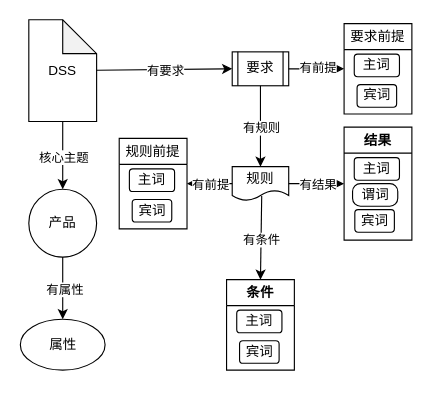
joylix/testDSS keeps this draw.io diagram as dss.drawio. Above is the earlier version. Source tidied: cells renumbered, new cells numbered last; positions are measured from the earlier drawing's top-left corner, leaving out a move shared by most shapes. Both pictures are drawn from the tidied source at 113%, with x=0, y=0 at pixel (19, 19).
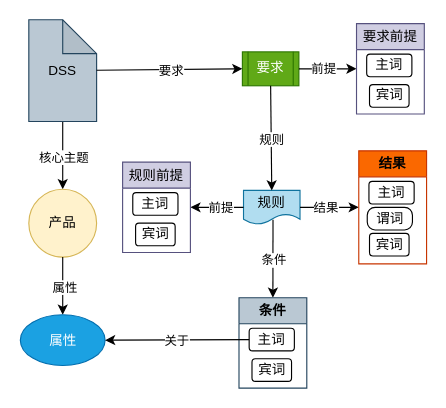
The same page after the edit.

The change refers to these unchanged cells:
```xml
<mxCell id="6" style="rounded=0;jettySize=auto;html=1;exitX=0.5;exitY=1;exitDx=0;exitDy=0;entryX=0.5;entryY=0;entryDx=0;entryDy=0;" parent="1" edge="1" source="4" target="8">
  <mxGeometry relative="1" as="geometry" />
</mxCell>
<mxCell id="10" style="rounded=0;jettySize=auto;html=1;entryX=0;entryY=0.5;entryDx=0;entryDy=0;" parent="1" edge="1" source="5" target="9">
  <mxGeometry relative="1" as="geometry" />
</mxCell>
<mxCell id="12" style="rounded=0;jettySize=auto;html=1;exitX=1;exitY=0.5;exitDx=0;exitDy=0;entryX=0;entryY=0.5;entryDx=0;entryDy=0;" parent="1" edge="1" source="9" target="33">
  <mxGeometry relative="1" as="geometry" />
</mxCell>
<mxCell id="15" style="rounded=0;jettySize=auto;html=1;exitX=0.5;exitY=1;exitDx=0;exitDy=0;entryX=0.5;entryY=0;entryDx=0;entryDy=0;" parent="1" edge="1" source="9" target="14">
  <mxGeometry relative="1" as="geometry" />
</mxCell>
<mxCell id="19" style="rounded=0;jettySize=auto;html=1;exitX=1;exitY=0.5;exitDx=0;exitDy=0;entryX=0;entryY=0.5;entryDx=0;entryDy=0;" parent="1" edge="1" source="14" target="23">
  <mxGeometry relative="1" as="geometry" />
</mxCell>
<mxCell id="21" style="rounded=0;jettySize=auto;html=1;exitX=0;exitY=0.5;exitDx=0;exitDy=0;entryX=1;entryY=0.5;entryDx=0;entryDy=0;" parent="1" edge="1" source="14" target="30">
  <mxGeometry relative="1" as="geometry" />
</mxCell>
<mxCell id="28" value="主词" style="rounded=1;whiteSpace=wrap;html=1;" parent="27" vertex="1">
  <mxGeometry x="9" y="27" width="40" height="20" as="geometry" />
</mxCell>
```

What changed in the source:
```diff
@@
-    <mxCell id="4" value="产品" style="ellipse;whiteSpace=wrap;html=1;" parent="1" vertex="1">
+    <mxCell id="4" value="产品" style="ellipse;whiteSpace=wrap;html=1;fillColor=#fff2cc;strokeColor=#d6b656;" parent="1" vertex="1">
       <mxGeometry x="8" y="150" width="60" height="60" as="geometry" />
     </mxCell>
-    <mxCell id="5" value="DSS" style="shape=note;whiteSpace=wrap;html=1;backgroundOutline=1;darkOpacity=0.05;" parent="1" vertex="1">
+    <mxCell id="5" value="DSS" style="shape=note;whiteSpace=wrap;html=1;backgroundOutline=1;darkOpacity=0.05;fillColor=#bac8d3;strokeColor=#23445d;" parent="1" vertex="1">
       <mxGeometry x="8" width="60" height="90" as="geometry" />
     </mxCell>
@@
-    <mxCell id="7" value="有属性" style="edgeLabel;html=1;align=center;verticalAlign=middle;" parent="6" vertex="1">
+    <mxCell id="7" value="属性" style="edgeLabel;html=1;align=center;verticalAlign=middle;" parent="6" vertex="1">
       <mxGeometry y="1" relative="1" as="geometry" />
     </mxCell>
-    <mxCell id="8" value="属性" style="ellipse;whiteSpace=wrap;html=1;" parent="1" vertex="1">
-      <mxGeometry x="0.5" y="265" width="75" height="45" as="geometry" />
+    <mxCell id="8" value="属性" style="ellipse;whiteSpace=wrap;html=1;fillColor=#1ba1e2;fontColor=#ffffff;strokeColor=#006EAF;" parent="1" vertex="1">
+      <mxGeometry x="0.5" y="261" width="75" height="45" as="geometry" />
     </mxCell>
-    <mxCell id="9" value="要求" style="shape=process;whiteSpace=wrap;html=1;backgroundOutline=1;" parent="1" vertex="1">
-      <mxGeometry x="188" y="28.4" width="50" height="30" as="geometry" />
+    <mxCell id="9" value="要求" style="shape=process;whiteSpace=wrap;html=1;backgroundOutline=1;fillColor=#60a917;fontColor=#ffffff;strokeColor=#2D7600;" parent="1" vertex="1">
+      <mxGeometry x="197" y="28.4" width="50" height="30" as="geometry" />
     </mxCell>
@@
-    <mxCell id="11" value="有要求" style="edgeLabel;html=1;align=center;verticalAlign=middle;" parent="10" vertex="1">
+    <mxCell id="11" value="要求" style="edgeLabel;html=1;align=center;verticalAlign=middle;" parent="10" vertex="1">
       <mxGeometry x="0.02" relative="1" as="geometry" />
     </mxCell>
@@
-    <mxCell id="13" value="有前提" style="edgeLabel;html=1;align=center;verticalAlign=middle;" parent="12" vertex="1">
-      <mxGeometry y="1" relative="1" as="geometry" />
+    <mxCell id="13" value="前提" style="edgeLabel;html=1;align=center;verticalAlign=middle;" parent="12" vertex="1">
+      <mxGeometry y="1" relative="1" as="geometry">
+        <mxPoint x="-5" y="1" as="offset" />
+      </mxGeometry>
     </mxCell>
-    <mxCell id="14" value="规则" style="shape=document;whiteSpace=wrap;html=1;boundedLbl=1;" parent="1" vertex="1">
-      <mxGeometry x="188" y="130" width="50" height="30" as="geometry" />
+    <mxCell id="14" value="规则" style="shape=document;whiteSpace=wrap;html=1;boundedLbl=1;fillColor=#b1ddf0;strokeColor=#10739e;" parent="1" vertex="1">
+      <mxGeometry x="198" y="151" width="50" height="30" as="geometry" />
     </mxCell>
@@
-    <mxCell id="16" value="有规则" style="edgeLabel;html=1;align=center;verticalAlign=middle;" parent="15" vertex="1">
+    <mxCell id="16" value="规则" style="edgeLabel;html=1;align=center;verticalAlign=middle;" parent="15" vertex="1">
       <mxGeometry x="0.02" relative="1" as="geometry" />
     </mxCell>
-    <mxCell id="17" style="rounded=0;jettySize=auto;html=1;entryX=0.5;entryY=0;entryDx=0;entryDy=0;exitX=0.522;exitY=0.867;exitDx=0;exitDy=0;exitPerimeter=0;" parent="1" edge="1" source="14" target="27">
+    <mxCell id="17" style="rounded=0;jettySize=auto;html=1;exitX=0.522;exitY=0.867;exitDx=0;exitDy=0;exitPerimeter=0;entryX=0.5;entryY=0;entryDx=0;entryDy=0;" parent="1" edge="1" source="14" target="27">
       <mxGeometry relative="1" as="geometry" />
     </mxCell>
-    <mxCell id="18" value="有条件" style="edgeLabel;html=1;align=center;verticalAlign=middle;" parent="17" vertex="1">
+    <mxCell id="18" value="条件" style="edgeLabel;html=1;align=center;verticalAlign=middle;" parent="17" vertex="1">
       <mxGeometry x="0.02" relative="1" as="geometry" />
     </mxCell>
@@
-    <mxCell id="20" value="有结果" style="edgeLabel;html=1;align=center;verticalAlign=middle;" parent="19" vertex="1">
-      <mxGeometry x="0.02" relative="1" as="geometry" />
+    <mxCell id="20" value="结果" style="edgeLabel;html=1;align=center;verticalAlign=middle;" parent="19" vertex="1">
+      <mxGeometry x="0.02" relative="1" as="geometry">
+        <mxPoint x="-5" as="offset" />
+      </mxGeometry>
     </mxCell>
@@
-    <mxCell id="22" value="有前提" style="edgeLabel;html=1;align=center;verticalAlign=middle;" parent="21" vertex="1">
-      <mxGeometry x="0.02" relative="1" as="geometry" />
+    <mxCell id="22" value="前提" style="edgeLabel;html=1;align=center;verticalAlign=middle;" parent="21" vertex="1">
+      <mxGeometry x="0.02" relative="1" as="geometry">
+        <mxPoint x="3" as="offset" />
+      </mxGeometry>
     </mxCell>
-    <mxCell id="23" value="结果" style="swimlane;whiteSpace=wrap;html=1;" parent="1" vertex="1">
-      <mxGeometry x="287" y="95" width="60" height="100" as="geometry" />
+    <mxCell id="23" value="结果" style="swimlane;whiteSpace=wrap;html=1;fillColor=#fa6800;fontColor=#000000;strokeColor=#C73500;" parent="1" vertex="1">
+      <mxGeometry x="300" y="116" width="60" height="100" as="geometry" />
     </mxCell>
@@
-    <mxCell id="27" value="条件" style="swimlane;whiteSpace=wrap;html=1;startSize=23;" parent="1" vertex="1">
-      <mxGeometry x="183" y="230" width="60" height="80" as="geometry" />
+    <mxCell id="27" value="条件" style="swimlane;whiteSpace=wrap;html=1;startSize=23;fillColor=#bac8d3;strokeColor=#23445d;" parent="1" vertex="1">
+      <mxGeometry x="194" y="246" width="60" height="80" as="geometry" />
     </mxCell>
@@
-    <mxCell id="30" value="&lt;span style=&quot;font-weight: normal;&quot;&gt;规则前提&lt;/span&gt;" style="swimlane;whiteSpace=wrap;html=1;startSize=23;" parent="1" vertex="1">
-      <mxGeometry x="88" y="105" width="60" height="80" as="geometry" />
+    <mxCell id="30" value="&lt;span style=&quot;font-weight: normal;&quot;&gt;规则前提&lt;/span&gt;" style="swimlane;whiteSpace=wrap;html=1;startSize=23;fillColor=#d0cee2;strokeColor=#56517e;" parent="1" vertex="1">
+      <mxGeometry x="91" y="126" width="60" height="80" as="geometry" />
     </mxCell>
@@
-    <mxCell id="33" value="&lt;span style=&quot;font-weight: normal;&quot;&gt;要求前提&lt;/span&gt;" style="swimlane;whiteSpace=wrap;html=1;startSize=23;" parent="1" vertex="1">
-      <mxGeometry x="287" y="3.4" width="60" height="80" as="geometry" />
+    <mxCell id="33" value="&lt;span style=&quot;font-weight: normal;&quot;&gt;要求前提&lt;/span&gt;" style="swimlane;whiteSpace=wrap;html=1;startSize=23;fillColor=#d0cee2;strokeColor=#56517e;" parent="1" vertex="1">
+      <mxGeometry x="298" y="3.4" width="60" height="80" as="geometry" />
     </mxCell>
@@
+    <mxCell id="36" style="rounded=0;jettySize=auto;html=1;entryX=1;entryY=0.5;entryDx=0;entryDy=0;exitX=0;exitY=0.5;exitDx=0;exitDy=0;" parent="1" edge="1" source="28" target="8">
+      <mxGeometry relative="1" as="geometry" />
+    </mxCell>
+    <mxCell id="37" value="关于" style="edgeLabel;html=1;align=center;verticalAlign=middle;" parent="36" vertex="1">
+      <mxGeometry x="0.02" relative="1" as="geometry" />
+    </mxCell>
```
